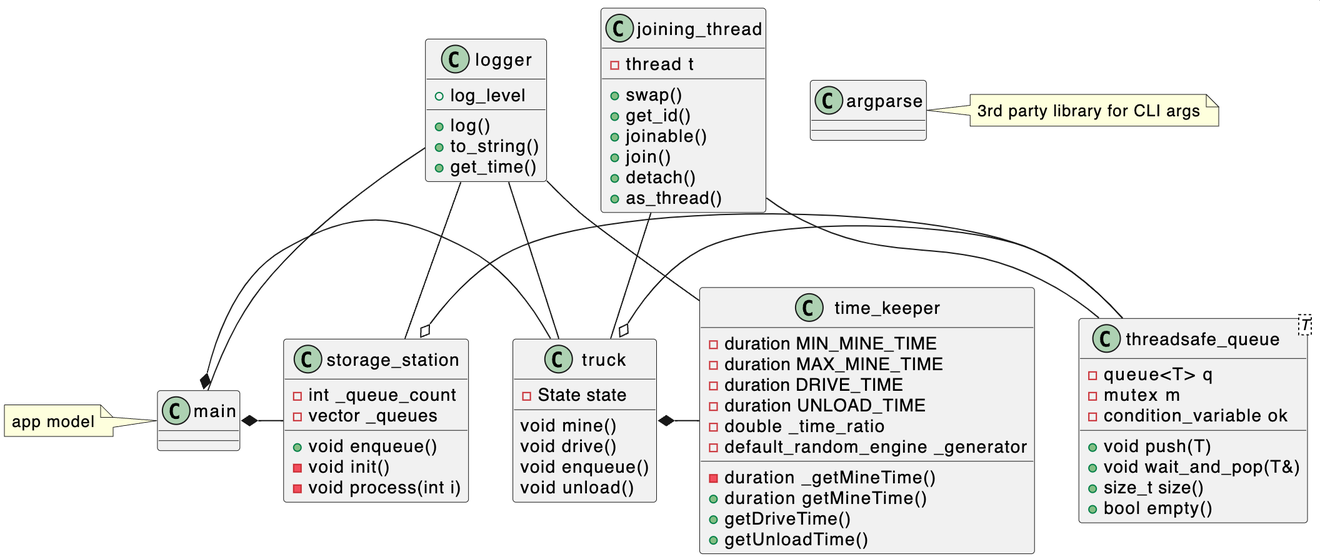
This is Class.png from claytonjwong/vast, a PlantUML export, as it was before one commit. Its source is kept beside it as Class.puml. The source it was exported from:
```plantuml
@startuml

class joining_thread {
    -thread t
    +swap()
    +get_id()
    +joinable()
    +join()
    +detach()
    +as_thread()
}

class logger {
    +log_level
    +log()
    +to_string()
    +get_time()
}

class main

class storage_station {
    -int _queue_count
    -vector _queues
    +void enqueue()
    -void init()
    -void process(int i)
}

class threadsafe_queue<T> {
    -queue<T> q
    -mutex m
    -condition_variable ok
    +void push(T)
    +void wait_and_pop(T&)
    +size_t size()
    +bool empty()
}

class time_keeper {
    -duration MIN_MINE_TIME
    -duration MAX_MINE_TIME
    -duration DRIVE_TIME
    -duration UNLOAD_TIME
    -double _time_ratio
    -default_random_engine _generator
    -duration _getMineTime()
    +duration getMineTime()
    +getDriveTime()
    +getUnloadTime()
}

class truck {
    -State state
    void mine()
    void drive()
    void enqueue()
    void unload()
}

joining_thread -- threadsafe_queue
joining_thread -- truck

logger -- main
logger -- storage_station
logger -- time_keeper
logger -- truck

main *- truck
main *- storage_station

storage_station o- threadsafe_queue

truck o- threadsafe_queue
truck *- time_keeper

note right of argparse
  3rd party library for CLI args
end note

note left of main
  app model
end note

@enduml
```
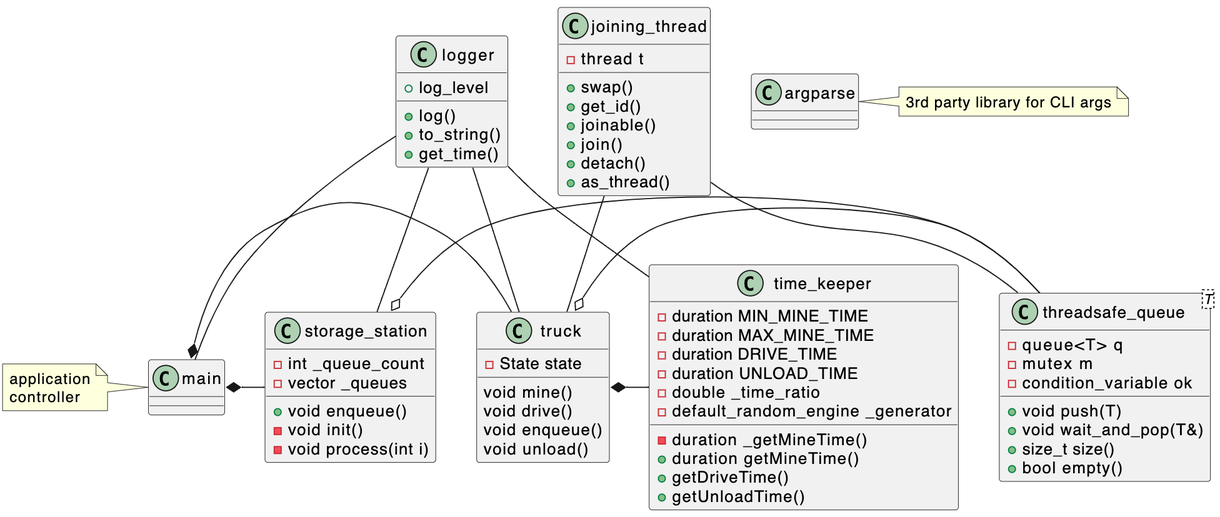
Above is the later version.

Commit message:
minor edit: update UML class diagram to show main as the application controller

Change to the diagram source:
```diff
@@ -79,7 +79,8 @@
 end note
 
 note left of main
-  app model
+  application
+  controller
 end note
 
 @enduml
```
